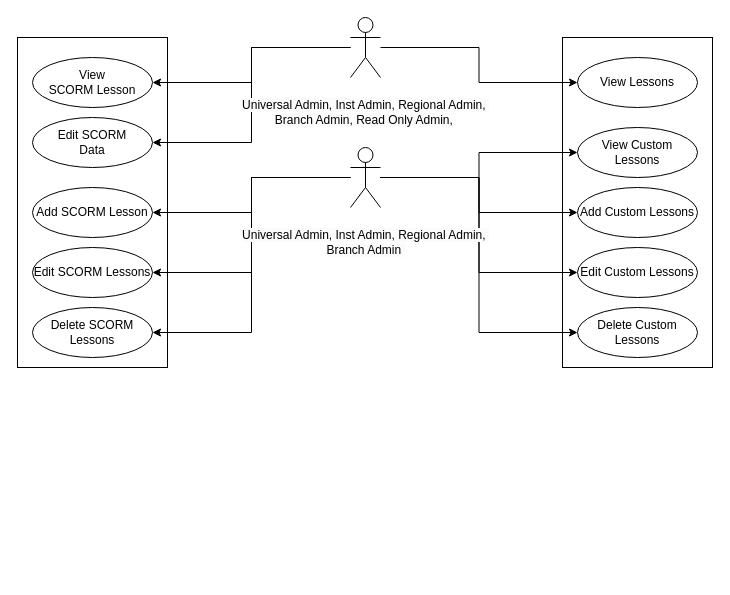
Earlier version of the draw.io diagram page "UC Lession" (3 of 7) of Architecture_Document.drawio (ziaul-farooqui/regulatoryu). Source tidied: cells renumbered, new cells numbered last; positions are measured from the earlier drawing's top-left corner, leaving out a move shared by most shapes. Both pictures are drawn from the tidied source at 100%, with x=0, y=0 at pixel (17, 17).
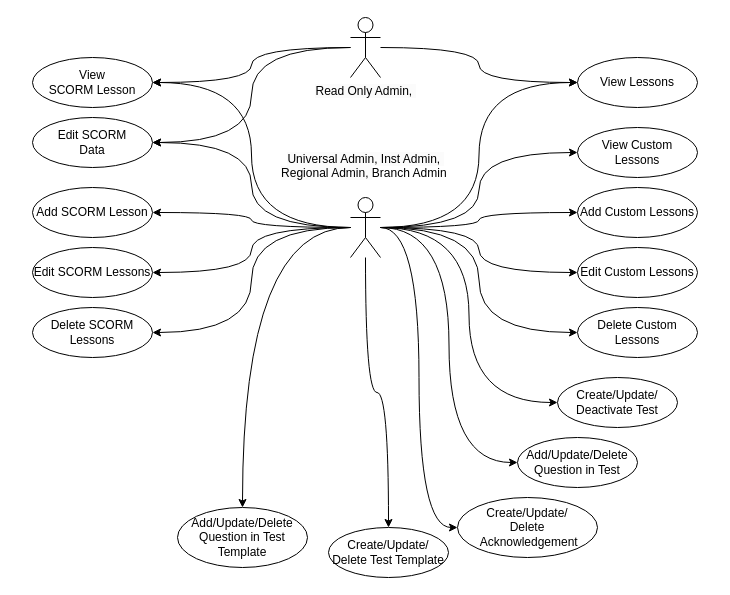
The same diagram, later.

The change refers to these unchanged cells:
```xml
<mxCell id="4" value="View Lessons" style="ellipse;whiteSpace=wrap;html=1;" parent="1" vertex="1">
  <mxGeometry x="560" y="40" width="120" height="50" as="geometry" />
</mxCell>
<mxCell id="9" value="View Custom Lessons" style="ellipse;whiteSpace=wrap;html=1;" parent="1" vertex="1">
  <mxGeometry x="560" y="110" width="120" height="50" as="geometry" />
</mxCell>
<mxCell id="18" value="Edit Custom Lessons" style="ellipse;whiteSpace=wrap;html=1;" parent="1" vertex="1">
  <mxGeometry x="560" y="230" width="120" height="50" as="geometry" />
</mxCell>
<mxCell id="19" value="Delete Custom Lessons" style="ellipse;whiteSpace=wrap;html=1;" parent="1" vertex="1">
  <mxGeometry x="560" y="290" width="120" height="50" as="geometry" />
</mxCell>
<mxCell id="20" value="Add Custom Lessons" style="ellipse;whiteSpace=wrap;html=1;" parent="1" vertex="1">
  <mxGeometry x="560" y="170" width="120" height="50" as="geometry" />
</mxCell>
<mxCell id="21" value="View &lt;br&gt;SCORM Lesson" style="ellipse;whiteSpace=wrap;html=1;" parent="1" vertex="1">
  <mxGeometry x="15" y="40" width="120" height="50" as="geometry" />
</mxCell>
<mxCell id="22" value="Edit SCORM&lt;br&gt;Data" style="ellipse;whiteSpace=wrap;html=1;" parent="1" vertex="1">
  <mxGeometry x="15" y="100" width="120" height="50" as="geometry" />
</mxCell>
<mxCell id="23" value="Edit SCORM Lessons" style="ellipse;whiteSpace=wrap;html=1;" parent="1" vertex="1">
  <mxGeometry x="15" y="230" width="120" height="50" as="geometry" />
</mxCell>
<mxCell id="24" value="Delete SCORM Lessons" style="ellipse;whiteSpace=wrap;html=1;" parent="1" vertex="1">
  <mxGeometry x="15" y="290" width="120" height="50" as="geometry" />
</mxCell>
<mxCell id="25" value="Add SCORM Lesson" style="ellipse;whiteSpace=wrap;html=1;" parent="1" vertex="1">
  <mxGeometry x="15" y="170" width="120" height="50" as="geometry" />
</mxCell>
```

Diff of the diagram source:
```diff
@@
-    <mxCell id="2" style="rounded=0;whiteSpace=wrap;html=1;" parent="1" vertex="1">
-      <mxGeometry y="20" width="150" height="330" as="geometry" />
-    </mxCell>
-    <mxCell id="3" style="rounded=0;whiteSpace=wrap;html=1;" parent="1" vertex="1">
-      <mxGeometry x="545" y="20" width="150" height="330" as="geometry" />
-    </mxCell>
@@
-    <mxCell id="5" style="edgeStyle=orthogonalEdgeStyle;rounded=0;jettySize=auto;html=1;entryX=0;entryY=0.5;entryDx=0;entryDy=0;" parent="1" edge="1" source="8" target="4">
+    <mxCell id="5" style="edgeStyle=orthogonalEdgeStyle;rounded=0;jettySize=auto;html=1;entryX=0;entryY=0.5;entryDx=0;entryDy=0;curved=1;" parent="1" edge="1" source="8" target="4">
       <mxGeometry relative="1" as="geometry" />
     </mxCell>
-    <mxCell id="6" style="edgeStyle=orthogonalEdgeStyle;rounded=0;jettySize=auto;html=1;entryX=1;entryY=0.5;entryDx=0;entryDy=0;" parent="1" edge="1" source="8" target="21">
+    <mxCell id="6" style="edgeStyle=orthogonalEdgeStyle;rounded=0;jettySize=auto;html=1;entryX=1;entryY=0.5;entryDx=0;entryDy=0;curved=1;" parent="1" edge="1" source="8" target="21">
       <mxGeometry relative="1" as="geometry" />
     </mxCell>
-    <mxCell id="7" style="edgeStyle=orthogonalEdgeStyle;rounded=0;jettySize=auto;html=1;entryX=1;entryY=0.5;entryDx=0;entryDy=0;" parent="1" edge="1" source="8" target="22">
+    <mxCell id="7" style="edgeStyle=orthogonalEdgeStyle;rounded=0;jettySize=auto;html=1;entryX=1;entryY=0.5;entryDx=0;entryDy=0;curved=1;" parent="1" edge="1" source="8" target="22">
       <mxGeometry relative="1" as="geometry" />
     </mxCell>
-    <mxCell id="8" value="&lt;br&gt;&lt;span style=&quot;color: rgb(0, 0, 0); font-family: Helvetica; font-size: 12px; font-style: normal; font-variant-ligatures: normal; font-variant-caps: normal; font-weight: 400; letter-spacing: normal; orphans: 2; text-align: center; text-indent: 0px; text-transform: none; widows: 2; word-spacing: 0px; -webkit-text-stroke-width: 0px; white-space: nowrap; background-color: rgb(251, 251, 251); text-decoration-thickness: initial; text-decoration-style: initial; text-decoration-color: initial; display: inline !important; float: none;&quot;&gt;Universal Admin, Inst Admin, Regional Admin,&amp;nbsp;&lt;/span&gt;&lt;div&gt;&lt;span style=&quot;color: rgb(0, 0, 0); font-family: Helvetica; font-size: 12px; font-style: normal; font-variant-ligatures: normal; font-variant-caps: normal; font-weight: 400; letter-spacing: normal; orphans: 2; text-align: center; text-indent: 0px; text-transform: none; widows: 2; word-spacing: 0px; -webkit-text-stroke-width: 0px; white-space: nowrap; background-color: rgb(251, 251, 251); text-decoration-thickness: initial; text-decoration-style: initial; text-decoration-color: initial; display: inline !important; float: none;&quot;&gt;Branch Admin,&amp;nbsp;&lt;/span&gt;&lt;span style=&quot;color: rgb(0, 0, 0); font-family: Helvetica; font-size: 12px; font-style: normal; font-variant-ligatures: normal; font-variant-caps: normal; font-weight: 400; letter-spacing: normal; orphans: 2; text-align: center; text-indent: 0px; text-transform: none; widows: 2; word-spacing: 0px; -webkit-text-stroke-width: 0px; white-space: nowrap; background-color: rgb(251, 251, 251); text-decoration-thickness: initial; text-decoration-style: initial; text-decoration-color: initial; display: inline !important; float: none;&quot;&gt;Read Only Admin,&amp;nbsp;&lt;/span&gt;&lt;div&gt;&lt;br&gt;&lt;/div&gt;&lt;/div&gt;" style="shape=umlActor;verticalLabelPosition=bottom;verticalAlign=top;html=1;outlineConnect=0;" parent="1" vertex="1">
+    <mxCell id="8" value="&lt;div&gt;&lt;span style=&quot;color: rgb(0, 0, 0); font-family: Helvetica; font-size: 12px; font-style: normal; font-variant-ligatures: normal; font-variant-caps: normal; font-weight: 400; letter-spacing: normal; orphans: 2; text-align: center; text-indent: 0px; text-transform: none; widows: 2; word-spacing: 0px; -webkit-text-stroke-width: 0px; white-space: nowrap; background-color: rgb(251, 251, 251); text-decoration-thickness: initial; text-decoration-style: initial; text-decoration-color: initial; display: inline !important; float: none;&quot;&gt;Read Only Admin,&amp;nbsp;&lt;/span&gt;&lt;div&gt;&lt;br&gt;&lt;/div&gt;&lt;/div&gt;" style="shape=umlActor;verticalLabelPosition=bottom;verticalAlign=top;html=1;outlineConnect=0;" parent="1" vertex="1">
       <mxGeometry x="333" width="30" height="60" as="geometry" />
     </mxCell>
@@
-    <mxCell id="10" style="edgeStyle=orthogonalEdgeStyle;rounded=0;jettySize=auto;html=1;" parent="1" edge="1" source="17" target="9">
+    <mxCell id="10" style="edgeStyle=orthogonalEdgeStyle;rounded=0;jettySize=auto;html=1;curved=1;entryX=0;entryY=0.5;entryDx=0;entryDy=0;labelPosition=center;verticalLabelPosition=top;align=center;verticalAlign=bottom;" parent="1" edge="1" source="17" target="9">
       <mxGeometry relative="1" as="geometry" />
     </mxCell>
-    <mxCell id="11" style="edgeStyle=orthogonalEdgeStyle;rounded=0;jettySize=auto;html=1;entryX=0;entryY=0.5;entryDx=0;entryDy=0;" parent="1" edge="1" source="17" target="18">
+    <mxCell id="11" style="edgeStyle=orthogonalEdgeStyle;rounded=0;jettySize=auto;html=1;entryX=0;entryY=0.5;entryDx=0;entryDy=0;curved=1;" parent="1" edge="1" source="17" target="18">
       <mxGeometry relative="1" as="geometry" />
     </mxCell>
-    <mxCell id="12" style="edgeStyle=orthogonalEdgeStyle;rounded=0;jettySize=auto;html=1;entryX=0;entryY=0.5;entryDx=0;entryDy=0;" parent="1" edge="1" source="17" target="19">
+    <mxCell id="12" style="edgeStyle=orthogonalEdgeStyle;rounded=0;jettySize=auto;html=1;entryX=0;entryY=0.5;entryDx=0;entryDy=0;curved=1;" parent="1" edge="1" source="17" target="19">
       <mxGeometry relative="1" as="geometry" />
     </mxCell>
-    <mxCell id="13" style="edgeStyle=orthogonalEdgeStyle;rounded=0;jettySize=auto;html=1;entryX=0;entryY=0.5;entryDx=0;entryDy=0;" parent="1" edge="1" source="17" target="20">
+    <mxCell id="13" style="edgeStyle=orthogonalEdgeStyle;rounded=0;jettySize=auto;html=1;entryX=0;entryY=0.5;entryDx=0;entryDy=0;curved=1;" parent="1" edge="1" source="17" target="20">
       <mxGeometry relative="1" as="geometry" />
     </mxCell>
-    <mxCell id="14" style="edgeStyle=orthogonalEdgeStyle;rounded=0;jettySize=auto;html=1;entryX=1;entryY=0.5;entryDx=0;entryDy=0;" parent="1" edge="1" source="17" target="25">
+    <mxCell id="14" style="edgeStyle=orthogonalEdgeStyle;rounded=0;jettySize=auto;html=1;entryX=1;entryY=0.5;entryDx=0;entryDy=0;curved=1;" parent="1" edge="1" source="17" target="25">
       <mxGeometry relative="1" as="geometry" />
     </mxCell>
-    <mxCell id="15" style="edgeStyle=orthogonalEdgeStyle;rounded=0;jettySize=auto;html=1;entryX=1;entryY=0.5;entryDx=0;entryDy=0;" parent="1" edge="1" source="17" target="23">
+    <mxCell id="15" style="edgeStyle=orthogonalEdgeStyle;rounded=0;jettySize=auto;html=1;entryX=1;entryY=0.5;entryDx=0;entryDy=0;curved=1;" parent="1" edge="1" source="17" target="23">
       <mxGeometry relative="1" as="geometry" />
     </mxCell>
-    <mxCell id="16" style="edgeStyle=orthogonalEdgeStyle;rounded=0;jettySize=auto;html=1;entryX=1;entryY=0.5;entryDx=0;entryDy=0;" parent="1" edge="1" source="17" target="24">
+    <mxCell id="16" style="edgeStyle=orthogonalEdgeStyle;rounded=0;jettySize=auto;html=1;entryX=1;entryY=0.5;entryDx=0;entryDy=0;curved=1;" parent="1" edge="1" source="17" target="24">
       <mxGeometry relative="1" as="geometry" />
     </mxCell>
+    <mxCell id="26" style="edgeStyle=orthogonalEdgeStyle;rounded=0;jettySize=auto;html=1;entryX=1;entryY=0.5;entryDx=0;entryDy=0;curved=1;" parent="1" edge="1" source="17" target="22">
+      <mxGeometry relative="1" as="geometry" />
+    </mxCell>
+    <mxCell id="27" style="edgeStyle=orthogonalEdgeStyle;rounded=0;jettySize=auto;html=1;entryX=1;entryY=0.5;entryDx=0;entryDy=0;curved=1;" parent="1" edge="1" source="17" target="21">
+      <mxGeometry relative="1" as="geometry" />
+    </mxCell>
+    <mxCell id="28" style="edgeStyle=orthogonalEdgeStyle;rounded=0;jettySize=auto;html=1;entryX=0;entryY=0.5;entryDx=0;entryDy=0;curved=1;" parent="1" edge="1" source="17" target="4">
+      <mxGeometry relative="1" as="geometry" />
+    </mxCell>
+    <mxCell id="29" style="edgeStyle=orthogonalEdgeStyle;rounded=0;jettySize=auto;html=1;entryX=0;entryY=0.5;entryDx=0;entryDy=0;curved=1;" parent="1" edge="1" source="17" target="34">
+      <mxGeometry relative="1" as="geometry" />
+    </mxCell>
+    <mxCell id="30" style="edgeStyle=orthogonalEdgeStyle;rounded=0;jettySize=auto;html=1;entryX=0;entryY=0.5;entryDx=0;entryDy=0;curved=1;" parent="1" edge="1" source="17" target="35">
+      <mxGeometry relative="1" as="geometry" />
+    </mxCell>
+    <mxCell id="31" style="edgeStyle=orthogonalEdgeStyle;rounded=0;jettySize=auto;html=1;entryX=0;entryY=0.5;entryDx=0;entryDy=0;curved=1;" parent="1" edge="1" source="17" target="36">
+      <mxGeometry relative="1" as="geometry" />
+    </mxCell>
+    <mxCell id="32" style="edgeStyle=orthogonalEdgeStyle;rounded=0;jettySize=auto;html=1;entryX=0.5;entryY=0;entryDx=0;entryDy=0;curved=1;" parent="1" edge="1" source="17" target="37">
+      <mxGeometry relative="1" as="geometry" />
+    </mxCell>
+    <mxCell id="33" style="edgeStyle=orthogonalEdgeStyle;rounded=0;jettySize=auto;html=1;curved=1;" parent="1" edge="1" source="17" target="38">
+      <mxGeometry relative="1" as="geometry" />
+    </mxCell>
-    <mxCell id="17" value="&lt;br&gt;&lt;span style=&quot;color: rgb(0, 0, 0); font-family: Helvetica; font-size: 12px; font-style: normal; font-variant-ligatures: normal; font-variant-caps: normal; font-weight: 400; letter-spacing: normal; orphans: 2; text-align: center; text-indent: 0px; text-transform: none; widows: 2; word-spacing: 0px; -webkit-text-stroke-width: 0px; white-space: nowrap; background-color: rgb(251, 251, 251); text-decoration-thickness: initial; text-decoration-style: initial; text-decoration-color: initial; display: inline !important; float: none;&quot;&gt;Universal Admin, Inst Admin, Regional Admin,&amp;nbsp;&lt;/span&gt;&lt;div&gt;&lt;span style=&quot;color: rgb(0, 0, 0); font-family: Helvetica; font-size: 12px; font-style: normal; font-variant-ligatures: normal; font-variant-caps: normal; font-weight: 400; letter-spacing: normal; orphans: 2; text-align: center; text-indent: 0px; text-transform: none; widows: 2; word-spacing: 0px; -webkit-text-stroke-width: 0px; white-space: nowrap; background-color: rgb(251, 251, 251); text-decoration-thickness: initial; text-decoration-style: initial; text-decoration-color: initial; display: inline !important; float: none;&quot;&gt;Branch Admin&lt;/span&gt;&lt;span style=&quot;color: rgb(0, 0, 0); font-family: Helvetica; font-size: 12px; font-style: normal; font-variant-ligatures: normal; font-variant-caps: normal; font-weight: 400; letter-spacing: normal; orphans: 2; text-align: center; text-indent: 0px; text-transform: none; widows: 2; word-spacing: 0px; -webkit-text-stroke-width: 0px; white-space: nowrap; background-color: rgb(251, 251, 251); text-decoration-thickness: initial; text-decoration-style: initial; text-decoration-color: initial; display: inline !important; float: none;&quot;&gt;&amp;nbsp;&lt;/span&gt;&lt;div&gt;&lt;br&gt;&lt;/div&gt;&lt;/div&gt;" style="shape=umlActor;verticalLabelPosition=bottom;verticalAlign=top;html=1;outlineConnect=0;" parent="1" vertex="1">
-      <mxGeometry x="333" y="130" width="30" height="60" as="geometry" />
+    <mxCell id="17" value="&lt;br&gt;&lt;span style=&quot;color: rgb(0, 0, 0); font-family: Helvetica; font-size: 12px; font-style: normal; font-variant-ligatures: normal; font-variant-caps: normal; font-weight: 400; letter-spacing: normal; orphans: 2; text-align: center; text-indent: 0px; text-transform: none; widows: 2; word-spacing: 0px; -webkit-text-stroke-width: 0px; white-space: nowrap; background-color: rgb(251, 251, 251); text-decoration-thickness: initial; text-decoration-style: initial; text-decoration-color: initial; display: inline !important; float: none;&quot;&gt;Universal Admin, Inst Admin,&amp;nbsp;&lt;/span&gt;&lt;div&gt;&lt;span style=&quot;color: rgb(0, 0, 0); font-family: Helvetica; font-size: 12px; font-style: normal; font-variant-ligatures: normal; font-variant-caps: normal; font-weight: 400; letter-spacing: normal; orphans: 2; text-align: center; text-indent: 0px; text-transform: none; widows: 2; word-spacing: 0px; -webkit-text-stroke-width: 0px; white-space: nowrap; background-color: rgb(251, 251, 251); text-decoration-thickness: initial; text-decoration-style: initial; text-decoration-color: initial; display: inline !important; float: none;&quot;&gt;Regional Admin,&amp;nbsp;&lt;/span&gt;Branch Admin&amp;nbsp;&lt;div&gt;&lt;div&gt;&lt;br&gt;&lt;/div&gt;&lt;/div&gt;&lt;/div&gt;" style="shape=umlActor;verticalLabelPosition=top;verticalAlign=bottom;html=1;outlineConnect=0;labelPosition=center;align=center;" parent="1" vertex="1">
+      <mxGeometry x="333" y="180" width="30" height="60" as="geometry" />
     </mxCell>
@@
+    <mxCell id="34" value="Create/Update/&lt;div&gt;Deactivate Test&lt;/div&gt;" style="ellipse;whiteSpace=wrap;html=1;" parent="1" vertex="1">
+      <mxGeometry x="540" y="360" width="120" height="50" as="geometry" />
+    </mxCell>
+    <mxCell id="35" value="Add/Update/Delete Question in Test" style="ellipse;whiteSpace=wrap;html=1;" parent="1" vertex="1">
+      <mxGeometry x="500" y="420" width="120" height="50" as="geometry" />
+    </mxCell>
+    <mxCell id="36" value="Create/Update/&lt;div&gt;Delete&lt;/div&gt;&lt;div&gt;&amp;nbsp;Acknowledgement&lt;/div&gt;" style="ellipse;whiteSpace=wrap;html=1;" parent="1" vertex="1">
+      <mxGeometry x="440" y="480" width="140" height="60" as="geometry" />
+    </mxCell>
+    <mxCell id="37" value="Create/Update/&lt;div&gt;Delete Test Template&lt;/div&gt;" style="ellipse;whiteSpace=wrap;html=1;" parent="1" vertex="1">
+      <mxGeometry x="311" y="510" width="120" height="50" as="geometry" />
+    </mxCell>
+    <mxCell id="38" value="Add/Update/Delete Question in Test Template" style="ellipse;whiteSpace=wrap;html=1;" parent="1" vertex="1">
+      <mxGeometry x="160" y="490" width="130" height="60" as="geometry" />
+    </mxCell>
```
